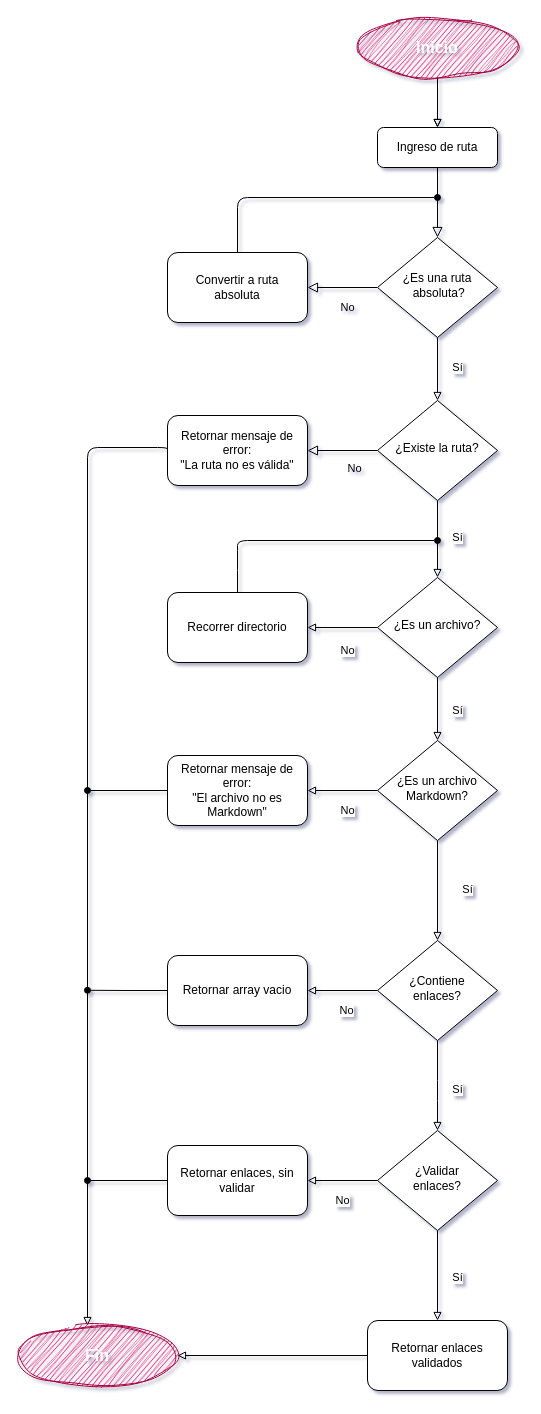
Before: diagrama.drawio in LizettePerez/DEV006-md-links, a draw.io diagram. Source tidied: cells renumbered, new cells numbered last; positions are measured from the earlier drawing's top-left corner, leaving out a move shared by most shapes. Both pictures are drawn from the tidied source at 100%, with x=0, y=0 at pixel (17, 17).
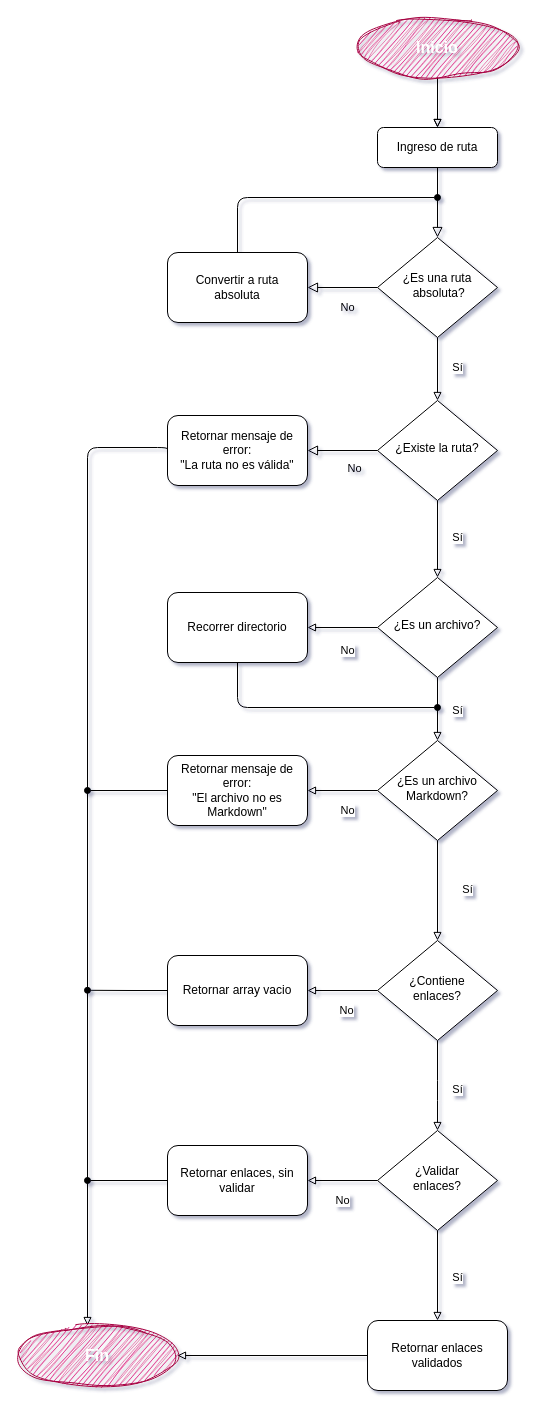
After the change.

Commit message:
modificacion diagrama de flujo

The change refers to these unchanged cells:
```xml
<mxCell id="22" value="Recorrer directorio" style="rounded=1;whiteSpace=wrap;html=1;fontSize=12;glass=0;strokeWidth=1;shadow=0;" parent="1" vertex="1">
  <mxGeometry x="150" y="575" width="140" height="70" as="geometry" />
</mxCell>
```

Diff of the diagram source:
```diff
@@
-    <mxCell id="21" style="edgeStyle=orthogonalEdgeStyle;html=1;fontSize=11;endArrow=oval;endFill=1;" parent="1" edge="1" source="22">
+    <mxCell id="21" style="edgeStyle=orthogonalEdgeStyle;html=1;fontSize=11;endArrow=oval;endFill=1;exitX=0.5;exitY=1;exitDx=0;exitDy=0;" parent="1" edge="1" source="22">
       <mxGeometry relative="1" as="geometry">
-        <mxPoint x="420" y="523" as="targetPoint" />
+        <mxPoint x="420" y="690" as="targetPoint" />
         <Array as="points">
-          <mxPoint x="220" y="543" />
-          <mxPoint x="220" y="543" />
+          <mxPoint x="220" y="690" />
+          <mxPoint x="420" y="690" />
         </Array>
       </mxGeometry>
     </mxCell>
```
